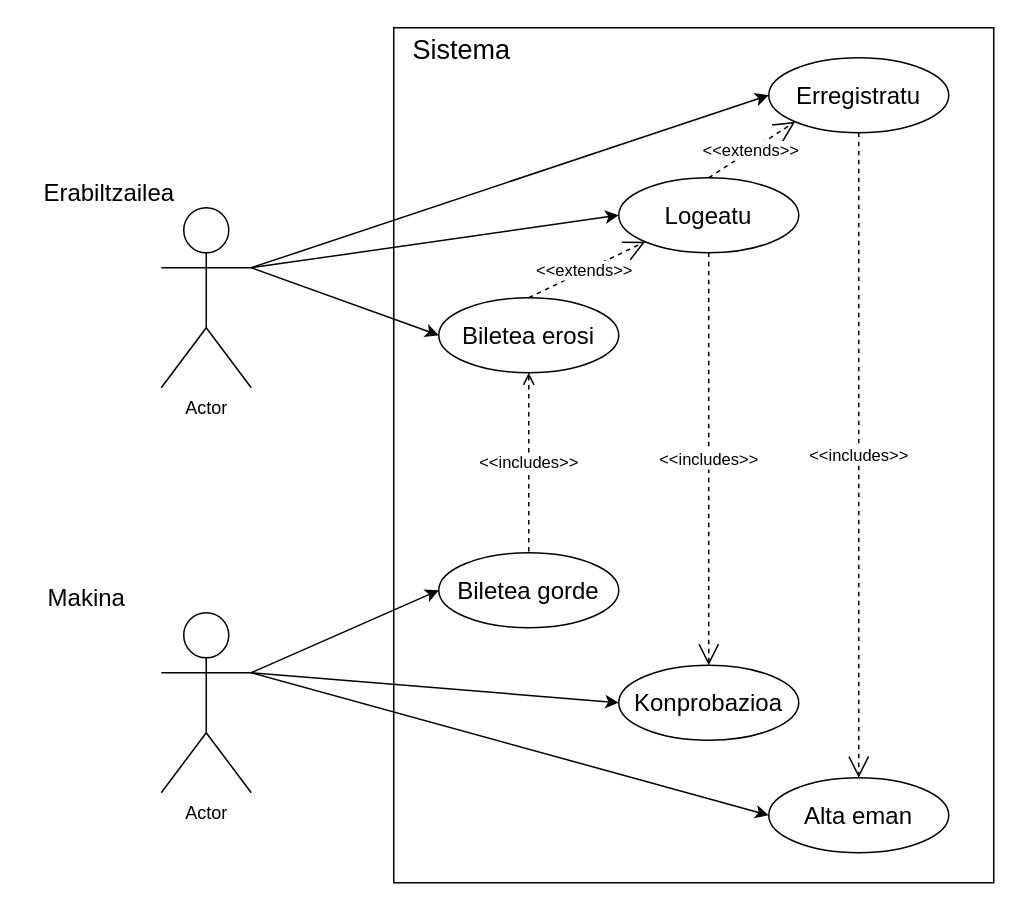
Earlier version of the draw.io diagram Documentacion/Garapen inguruneak/erabileraKasuak/erabili_kasua.drawio (PetaldoiPorramador/ErronkaBus). Source tidied: cells renumbered, new cells numbered last; positions are measured from the earlier drawing's top-left corner, leaving out a move shared by most shapes. Both pictures are drawn from the tidied source at 150%, with x=0, y=0 at pixel (33, 27).
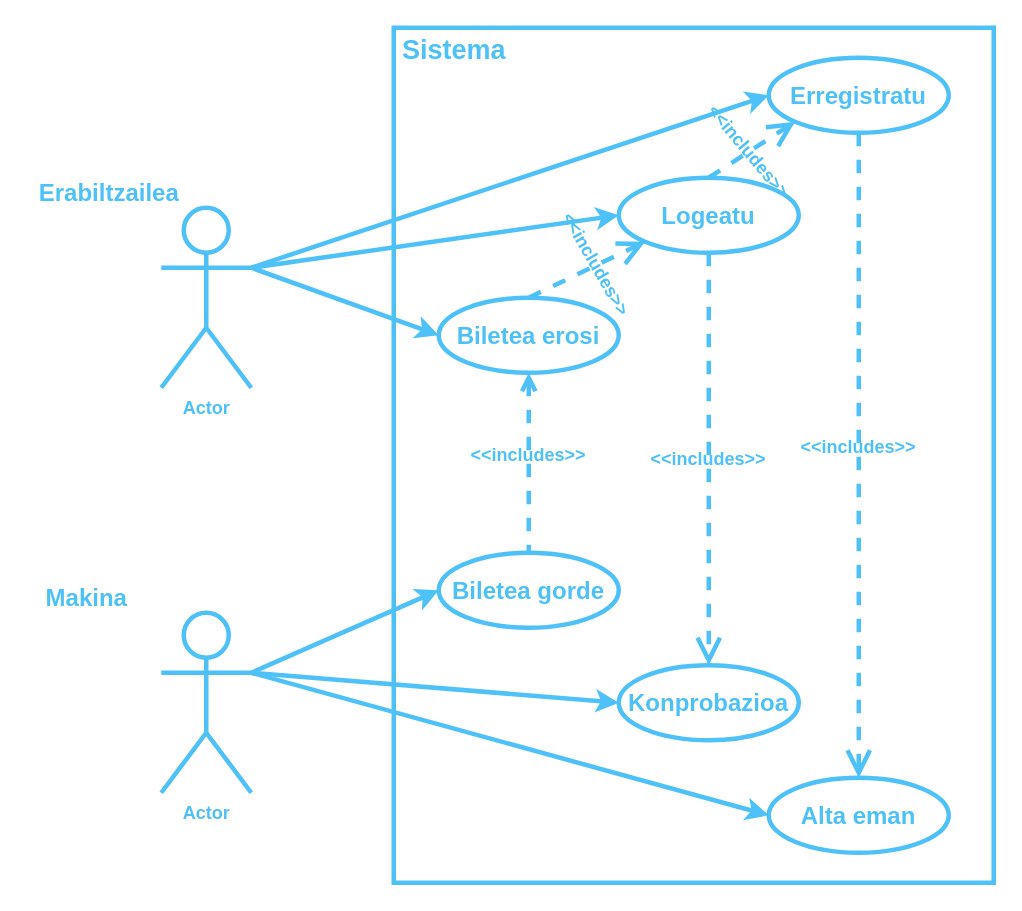
Above is the later version.

Change to the diagram source:
```diff
@@
-    <mxCell id="2" style="rounded=0;whiteSpace=wrap;html=1;" parent="1" vertex="1">
+    <mxCell id="2" style="rounded=0;whiteSpace=wrap;html=1;strokeWidth=3;fontStyle=1;fillColor=none;strokeColor=#4FC1F9;fontColor=#4FC1F9;" parent="1" vertex="1">
       <mxGeometry x="240" width="400" height="570" as="geometry" />
     </mxCell>
-    <mxCell id="3" value="Actor" style="shape=umlActor;verticalLabelPosition=bottom;verticalAlign=top;html=1;outlineConnect=0;" parent="1" vertex="1">
+    <mxCell id="3" value="Actor" style="shape=umlActor;verticalLabelPosition=bottom;verticalAlign=top;html=1;outlineConnect=0;strokeWidth=3;fontStyle=1;fillColor=none;strokeColor=#4FC1F9;fontColor=#4FC1F9;" parent="1" vertex="1">
       <mxGeometry x="85" y="120" width="60" height="120" as="geometry" />
     </mxCell>
-    <mxCell id="4" value="&lt;font style=&quot;font-size: 16px&quot;&gt;Biletea erosi&lt;/font&gt;" style="ellipse;whiteSpace=wrap;html=1;" parent="1" vertex="1">
+    <mxCell id="4" value="&lt;font style=&quot;font-size: 16px&quot;&gt;Biletea erosi&lt;/font&gt;" style="ellipse;whiteSpace=wrap;html=1;strokeWidth=3;fontStyle=1;fillColor=none;strokeColor=#4FC1F9;fontColor=#4FC1F9;" parent="1" vertex="1">
       <mxGeometry x="270" y="180" width="120" height="50" as="geometry" />
     </mxCell>
-    <mxCell id="5" value="&lt;font style=&quot;font-size: 16px&quot;&gt;Logeatu&lt;/font&gt;" style="ellipse;whiteSpace=wrap;html=1;" parent="1" vertex="1">
+    <mxCell id="5" value="&lt;font style=&quot;font-size: 16px&quot;&gt;Logeatu&lt;/font&gt;" style="ellipse;whiteSpace=wrap;html=1;strokeWidth=3;fontStyle=1;fillColor=none;strokeColor=#4FC1F9;fontColor=#4FC1F9;" parent="1" vertex="1">
       <mxGeometry x="390" y="100" width="120" height="50" as="geometry" />
     </mxCell>
-    <mxCell id="6" value="Actor" style="shape=umlActor;verticalLabelPosition=bottom;verticalAlign=top;html=1;outlineConnect=0;" parent="1" vertex="1">
+    <mxCell id="6" value="Actor" style="shape=umlActor;verticalLabelPosition=bottom;verticalAlign=top;html=1;outlineConnect=0;strokeWidth=3;fontStyle=1;fillColor=none;strokeColor=#4FC1F9;fontColor=#4FC1F9;" parent="1" vertex="1">
       <mxGeometry x="85" y="390" width="60" height="120" as="geometry" />
     </mxCell>
-    <mxCell id="7" value="&lt;font style=&quot;font-size: 16px&quot;&gt;Alta eman&lt;/font&gt;" style="ellipse;whiteSpace=wrap;html=1;" parent="1" vertex="1">
+    <mxCell id="7" value="&lt;font style=&quot;font-size: 16px&quot;&gt;Alta eman&lt;/font&gt;" style="ellipse;whiteSpace=wrap;html=1;strokeWidth=3;fontStyle=1;fillColor=none;strokeColor=#4FC1F9;fontColor=#4FC1F9;" parent="1" vertex="1">
       <mxGeometry x="490" y="500" width="120" height="50" as="geometry" />
     </mxCell>
-    <mxCell id="8" value="&lt;font style=&quot;font-size: 16px&quot;&gt;Konprobazioa&lt;/font&gt;" style="ellipse;whiteSpace=wrap;html=1;" parent="1" vertex="1">
+    <mxCell id="8" value="&lt;font style=&quot;font-size: 16px&quot;&gt;Konprobazioa&lt;/font&gt;" style="ellipse;whiteSpace=wrap;html=1;strokeWidth=3;fontStyle=1;fillColor=none;strokeColor=#4FC1F9;fontColor=#4FC1F9;" parent="1" vertex="1">
       <mxGeometry x="390" y="425" width="120" height="50" as="geometry" />
     </mxCell>
-    <mxCell id="9" value="&lt;font style=&quot;font-size: 16px&quot;&gt;Erregistratu&lt;/font&gt;" style="ellipse;whiteSpace=wrap;html=1;" parent="1" vertex="1">
+    <mxCell id="9" value="&lt;font style=&quot;font-size: 16px&quot;&gt;Erregistratu&lt;/font&gt;" style="ellipse;whiteSpace=wrap;html=1;strokeWidth=3;fontStyle=1;fillColor=none;strokeColor=#4FC1F9;fontColor=#4FC1F9;" parent="1" vertex="1">
       <mxGeometry x="490" y="20" width="120" height="50" as="geometry" />
     </mxCell>
-    <mxCell id="10" style="edgeStyle=orthogonalEdgeStyle;rounded=0;orthogonalLoop=1;jettySize=auto;html=1;exitX=0.5;exitY=1;exitDx=0;exitDy=0;" parent="1" edge="1" source="5" target="5">
+    <mxCell id="10" style="edgeStyle=orthogonalEdgeStyle;rounded=0;orthogonalLoop=1;jettySize=auto;html=1;exitX=0.5;exitY=1;exitDx=0;exitDy=0;strokeWidth=3;fontColor=#4FC1F9;fontStyle=1;fillColor=none;strokeColor=#4FC1F9;" parent="1" edge="1" source="5" target="5">
       <mxGeometry relative="1" as="geometry" />
     </mxCell>
-    <mxCell id="11" value="&lt;font style=&quot;font-size: 16px&quot;&gt;Biletea gorde&lt;/font&gt;" style="ellipse;whiteSpace=wrap;html=1;" parent="1" vertex="1">
+    <mxCell id="11" value="&lt;font style=&quot;font-size: 16px&quot;&gt;Biletea gorde&lt;/font&gt;" style="ellipse;whiteSpace=wrap;html=1;strokeWidth=3;fontStyle=1;fillColor=none;strokeColor=#4FC1F9;fontColor=#4FC1F9;" parent="1" vertex="1">
       <mxGeometry x="270" y="350" width="120" height="50" as="geometry" />
     </mxCell>
-    <mxCell id="12" value="&amp;lt;&amp;lt;includes&amp;gt;&amp;gt;" style="endArrow=none;endSize=12;dashed=1;html=1;rounded=0;entryX=0.5;entryY=0;entryDx=0;entryDy=0;exitX=0.5;exitY=1;exitDx=0;exitDy=0;startArrow=open;startFill=0;endFill=0;" parent="1" edge="1" source="4" target="11">
+    <mxCell id="12" style="endArrow=none;endSize=12;dashed=1;html=1;rounded=0;entryX=0.5;entryY=0;entryDx=0;entryDy=0;exitX=0.5;exitY=1;exitDx=0;exitDy=0;startArrow=open;startFill=0;endFill=0;strokeWidth=3;fontColor=#4FC1F9;fontStyle=1;fillColor=none;strokeColor=#4FC1F9;" parent="1" edge="1" source="4" target="11">
       <mxGeometry relative="1" as="geometry" />
     </mxCell>
-    <mxCell id="13" value="&amp;lt;&amp;lt;includes&amp;gt;&amp;gt;" style="endArrow=open;endSize=12;dashed=1;html=1;rounded=0;entryX=0.5;entryY=0;entryDx=0;entryDy=0;exitX=0.5;exitY=1;exitDx=0;exitDy=0;" parent="1" edge="1" source="9" target="7">
+    <mxCell id="13" style="endArrow=open;endSize=12;dashed=1;html=1;rounded=0;entryX=0.5;entryY=0;entryDx=0;entryDy=0;exitX=0.5;exitY=1;exitDx=0;exitDy=0;strokeWidth=3;fontColor=#4FC1F9;fontStyle=1;fillColor=none;strokeColor=#4FC1F9;" parent="1" edge="1" source="9" target="7">
       <mxGeometry relative="1" as="geometry" />
     </mxCell>
-    <mxCell id="14" value="&amp;lt;&amp;lt;includes&amp;gt;&amp;gt;" style="endArrow=open;endSize=12;dashed=1;html=1;rounded=0;entryX=0.5;entryY=0;entryDx=0;entryDy=0;exitX=0.5;exitY=1;exitDx=0;exitDy=0;" parent="1" edge="1" source="5" target="8">
+    <mxCell id="14" style="endArrow=open;endSize=12;dashed=1;html=1;rounded=0;entryX=0.5;entryY=0;entryDx=0;entryDy=0;exitX=0.5;exitY=1;exitDx=0;exitDy=0;strokeWidth=3;fontColor=#4FC1F9;fontStyle=1;fillColor=none;strokeColor=#4FC1F9;" parent="1" edge="1" source="5" target="8">
       <mxGeometry relative="1" as="geometry" />
     </mxCell>
-    <mxCell id="15" value="&amp;lt;&amp;lt;extends&amp;gt;&amp;gt;" style="endArrow=open;endSize=12;dashed=1;html=1;rounded=0;entryX=0;entryY=1;entryDx=0;entryDy=0;startArrow=none;startFill=0;endFill=0;exitX=0.5;exitY=0;exitDx=0;exitDy=0;" parent="1" edge="1" source="5" target="9">
+    <mxCell id="15" style="endArrow=open;endSize=12;dashed=1;html=1;rounded=0;entryX=0;entryY=1;entryDx=0;entryDy=0;startArrow=none;startFill=0;endFill=0;exitX=0.5;exitY=0;exitDx=0;exitDy=0;strokeWidth=3;fontColor=#4FC1F9;fontStyle=1;fillColor=none;strokeColor=#4FC1F9;" parent="1" edge="1" source="5" target="9">
       <mxGeometry x="-0.04" relative="1" as="geometry" />
     </mxCell>
-    <mxCell id="16" style="endArrow=classic;html=1;rounded=0;exitX=1;exitY=0.3333333333333333;exitDx=0;exitDy=0;exitPerimeter=0;entryX=0;entryY=0.5;entryDx=0;entryDy=0;" parent="1" edge="1" source="3" target="5">
+    <mxCell id="16" style="endArrow=classic;html=1;rounded=0;exitX=1;exitY=0.3333333333333333;exitDx=0;exitDy=0;exitPerimeter=0;entryX=0;entryY=0.5;entryDx=0;entryDy=0;strokeWidth=3;fontColor=#4FC1F9;fontStyle=1;fillColor=none;strokeColor=#4FC1F9;" parent="1" edge="1" source="3" target="5">
       <mxGeometry relative="1" as="geometry" />
     </mxCell>
-    <mxCell id="17" style="endArrow=classic;html=1;rounded=0;exitX=1;exitY=0.3333333333333333;exitDx=0;exitDy=0;exitPerimeter=0;entryX=0;entryY=0.5;entryDx=0;entryDy=0;" parent="1" edge="1" source="3" target="9">
+    <mxCell id="17" style="endArrow=classic;html=1;rounded=0;exitX=1;exitY=0.3333333333333333;exitDx=0;exitDy=0;exitPerimeter=0;entryX=0;entryY=0.5;entryDx=0;entryDy=0;strokeWidth=3;fontColor=#4FC1F9;fontStyle=1;fillColor=none;strokeColor=#4FC1F9;" parent="1" edge="1" source="3" target="9">
       <mxGeometry relative="1" as="geometry" />
     </mxCell>
-    <mxCell id="18" style="endArrow=classic;html=1;rounded=0;exitX=1;exitY=0.3333333333333333;exitDx=0;exitDy=0;exitPerimeter=0;entryX=0;entryY=0.5;entryDx=0;entryDy=0;" parent="1" edge="1" source="3" target="4">
+    <mxCell id="18" style="endArrow=classic;html=1;rounded=0;exitX=1;exitY=0.3333333333333333;exitDx=0;exitDy=0;exitPerimeter=0;entryX=0;entryY=0.5;entryDx=0;entryDy=0;strokeWidth=3;fontColor=#4FC1F9;fontStyle=1;fillColor=none;strokeColor=#4FC1F9;" parent="1" edge="1" source="3" target="4">
       <mxGeometry relative="1" as="geometry" />
     </mxCell>
-    <mxCell id="19" style="endArrow=classic;html=1;rounded=0;exitX=1;exitY=0.3333333333333333;exitDx=0;exitDy=0;exitPerimeter=0;entryX=0;entryY=0.5;entryDx=0;entryDy=0;" parent="1" edge="1" source="6" target="8">
+    <mxCell id="19" style="endArrow=classic;html=1;rounded=0;exitX=1;exitY=0.3333333333333333;exitDx=0;exitDy=0;exitPerimeter=0;entryX=0;entryY=0.5;entryDx=0;entryDy=0;strokeWidth=3;fontColor=#4FC1F9;fontStyle=1;fillColor=none;strokeColor=#4FC1F9;" parent="1" edge="1" source="6" target="8">
       <mxGeometry relative="1" as="geometry" />
     </mxCell>
-    <mxCell id="20" style="endArrow=classic;html=1;rounded=0;entryX=0;entryY=0.5;entryDx=0;entryDy=0;exitX=1;exitY=0.3333333333333333;exitDx=0;exitDy=0;exitPerimeter=0;" parent="1" edge="1" source="6" target="7">
+    <mxCell id="20" style="endArrow=classic;html=1;rounded=0;entryX=0;entryY=0.5;entryDx=0;entryDy=0;exitX=1;exitY=0.3333333333333333;exitDx=0;exitDy=0;exitPerimeter=0;strokeWidth=3;fontColor=#4FC1F9;fontStyle=1;fillColor=none;strokeColor=#4FC1F9;" parent="1" edge="1" source="6" target="7">
       <mxGeometry relative="1" as="geometry" />
     </mxCell>
-    <mxCell id="21" style="endArrow=classic;html=1;rounded=0;entryX=0;entryY=0.5;entryDx=0;entryDy=0;exitX=1;exitY=0.3333333333333333;exitDx=0;exitDy=0;exitPerimeter=0;" parent="1" edge="1" source="6" target="11">
+    <mxCell id="21" style="endArrow=classic;html=1;rounded=0;entryX=0;entryY=0.5;entryDx=0;entryDy=0;exitX=1;exitY=0.3333333333333333;exitDx=0;exitDy=0;exitPerimeter=0;strokeWidth=3;fontColor=#4FC1F9;fontStyle=1;fillColor=none;strokeColor=#4FC1F9;" parent="1" edge="1" source="6" target="11">
       <mxGeometry relative="1" as="geometry" />
     </mxCell>
-    <mxCell id="22" value="Erabiltzailea" style="text;html=1;align=center;verticalAlign=middle;strokeColor=none;fillColor=none;fontSize=16;" parent="1" vertex="1">
-      <mxGeometry y="100" width="100" height="20" as="geometry" />
+    <mxCell id="22" value="Erabiltzailea" style="text;html=1;align=center;verticalAlign=middle;fillColor=none;fontSize=16;strokeWidth=3;fontStyle=1;strokeColor=none;fontColor=#4FC1F9;" parent="1" vertex="1">
+      <mxGeometry x="-5" y="100" width="110" height="20" as="geometry" />
     </mxCell>
-    <mxCell id="23" value="Makina" style="text;html=1;align=center;verticalAlign=middle;strokeColor=none;fillColor=none;fontSize=16;" parent="1" vertex="1">
+    <mxCell id="23" value="Makina" style="text;html=1;align=center;verticalAlign=middle;fillColor=none;fontSize=16;strokeWidth=3;fontStyle=1;strokeColor=none;fontColor=#4FC1F9;" parent="1" vertex="1">
       <mxGeometry y="370" width="70" height="20" as="geometry" />
     </mxCell>
-    <mxCell id="24" value="Sistema" style="text;html=1;align=center;verticalAlign=middle;strokeColor=none;fillColor=none;fontSize=18;" parent="1" vertex="1">
-      <mxGeometry x="245" width="80" height="30" as="geometry" />
+    <mxCell id="24" value="Sistema" style="text;html=1;align=center;verticalAlign=middle;fillColor=none;fontSize=18;strokeWidth=3;fontStyle=1;strokeColor=none;fontColor=#4FC1F9;" parent="1" vertex="1">
+      <mxGeometry x="240" width="80" height="30" as="geometry" />
     </mxCell>
-    <mxCell id="25" value="&amp;lt;&amp;lt;extends&amp;gt;&amp;gt;" style="endArrow=open;endSize=12;dashed=1;html=1;rounded=0;entryX=0;entryY=1;entryDx=0;entryDy=0;startArrow=none;startFill=0;endFill=0;exitX=0.5;exitY=0;exitDx=0;exitDy=0;" parent="1" edge="1" source="4" target="5">
+    <mxCell id="25" style="endArrow=open;endSize=12;dashed=1;html=1;rounded=0;entryX=0;entryY=1;entryDx=0;entryDy=0;startArrow=none;startFill=0;endFill=0;exitX=0.5;exitY=0;exitDx=0;exitDy=0;strokeWidth=3;fontColor=#4FC1F9;fontStyle=1;fillColor=none;strokeColor=#4FC1F9;" parent="1" edge="1" source="4" target="5">
       <mxGeometry x="-0.04" relative="1" as="geometry" />
     </mxCell>
+    <mxCell id="26" value="&lt;span style=&quot;color: rgb(79 , 193 , 249) ; font-weight: 700&quot;&gt;&lt;font style=&quot;font-size: 12px&quot;&gt;&amp;lt;&amp;lt;includes&amp;gt;&amp;gt;&lt;/font&gt;&lt;/span&gt;" style="text;html=1;strokeColor=none;fillColor=none;align=center;verticalAlign=middle;whiteSpace=wrap;rounded=0;" parent="1" vertex="1">
+      <mxGeometry x="300" y="270" width="60" height="30" as="geometry" />
+    </mxCell>
+    <mxCell id="27" value="&lt;span style=&quot;color: rgb(79 , 193 , 249) ; font-weight: 700&quot;&gt;&lt;font style=&quot;font-size: 12px&quot;&gt;&amp;lt;&amp;lt;includes&amp;gt;&amp;gt;&lt;/font&gt;&lt;/span&gt;" style="text;html=1;strokeColor=none;fillColor=none;align=center;verticalAlign=middle;whiteSpace=wrap;rounded=0;" parent="1" vertex="1">
+      <mxGeometry x="420" y="273" width="60" height="30" as="geometry" />
+    </mxCell>
+    <mxCell id="28" value="&lt;span style=&quot;color: rgb(79 , 193 , 249) ; font-weight: 700&quot;&gt;&lt;font style=&quot;font-size: 12px&quot;&gt;&amp;lt;&amp;lt;includes&amp;gt;&amp;gt;&lt;/font&gt;&lt;/span&gt;" style="text;html=1;strokeColor=none;fillColor=none;align=center;verticalAlign=middle;whiteSpace=wrap;rounded=0;" parent="1" vertex="1">
+      <mxGeometry x="520" y="265" width="60" height="30" as="geometry" />
+    </mxCell>
+    <mxCell id="29" value="&lt;span style=&quot;color: rgb(79 , 193 , 249) ; font-weight: 700&quot;&gt;&lt;font style=&quot;font-size: 12px&quot;&gt;&amp;lt;&amp;lt;includes&amp;gt;&amp;gt;&lt;/font&gt;&lt;/span&gt;" style="text;html=1;strokeColor=none;fillColor=none;align=center;verticalAlign=middle;whiteSpace=wrap;rounded=0;rotation=50;" parent="1" vertex="1">
+      <mxGeometry x="447" y="68" width="60" height="30" as="geometry" />
+    </mxCell>
+    <mxCell id="30" value="&lt;span style=&quot;color: rgb(79 , 193 , 249) ; font-weight: 700&quot;&gt;&lt;font style=&quot;font-size: 12px&quot;&gt;&amp;lt;&amp;lt;includes&amp;gt;&amp;gt;&lt;/font&gt;&lt;/span&gt;" style="text;html=1;strokeColor=none;fillColor=none;align=center;verticalAlign=middle;whiteSpace=wrap;rounded=0;rotation=60;" parent="1" vertex="1">
+      <mxGeometry x="345" y="143" width="60" height="30" as="geometry" />
+    </mxCell>
```
